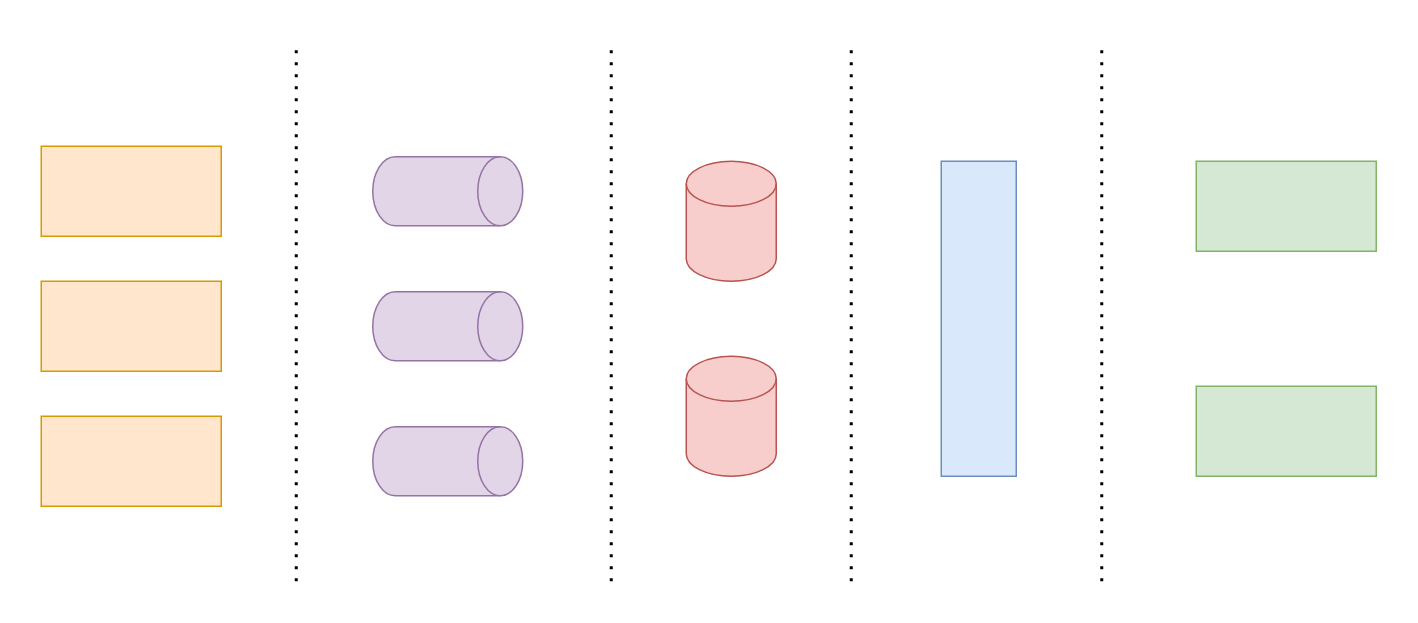
Before: log_platform.drawio in eric-caiyao/darw_io, a draw.io diagram. Source tidied: cells renumbered, new cells numbered last; positions are measured from the earlier drawing's top-left corner, leaving out a move shared by most shapes. Both pictures are drawn from the tidied source at 150%, with x=0, y=0 at pixel (40, 40).
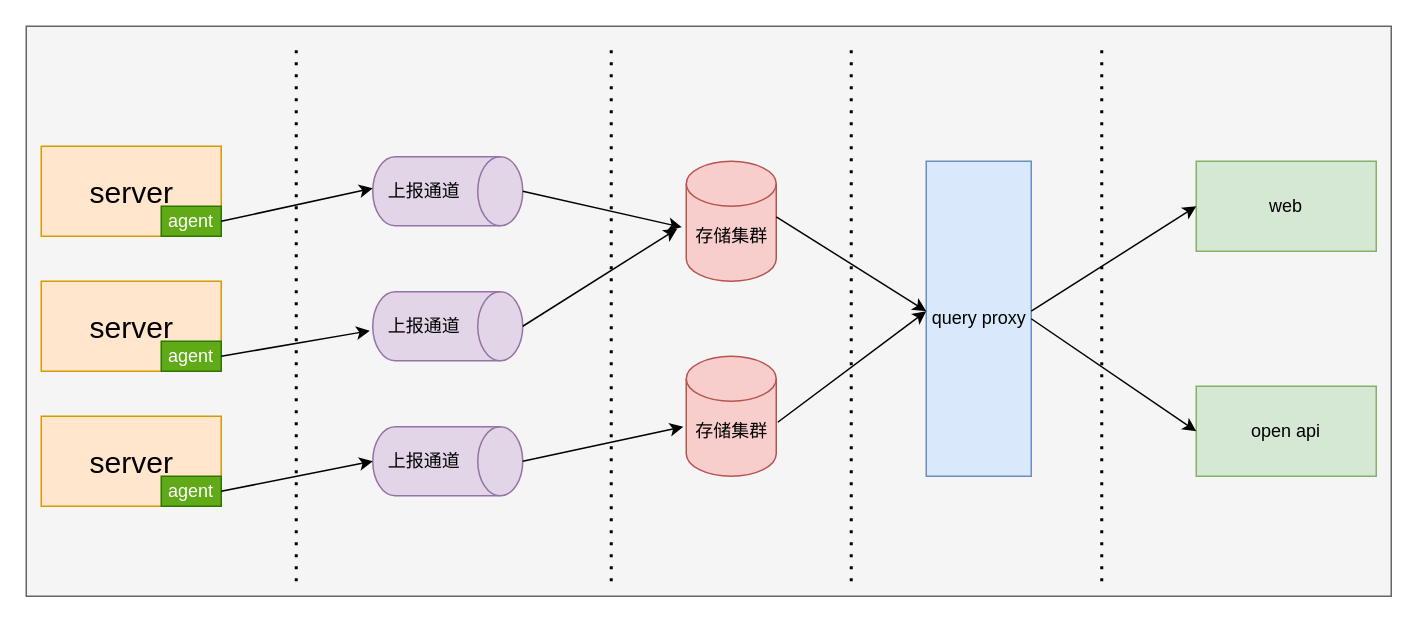
The same page after the edit.

The change refers to these unchanged cells:
```xml
<mxCell id="5" style="shape=cylinder3;whiteSpace=wrap;html=1;boundedLbl=1;backgroundOutline=1;size=15;rotation=90;fillColor=#e1d5e7;strokeColor=#9673a6;" parent="1" vertex="1">
  <mxGeometry x="248" y="50" width="46" height="100" as="geometry" />
</mxCell>
<mxCell id="6" style="shape=cylinder3;whiteSpace=wrap;html=1;boundedLbl=1;backgroundOutline=1;size=15;rotation=90;fillColor=#e1d5e7;strokeColor=#9673a6;" parent="1" vertex="1">
  <mxGeometry x="248" y="140" width="46" height="100" as="geometry" />
</mxCell>
<mxCell id="7" style="shape=cylinder3;whiteSpace=wrap;html=1;boundedLbl=1;backgroundOutline=1;size=15;rotation=90;fillColor=#e1d5e7;strokeColor=#9673a6;" parent="1" vertex="1">
  <mxGeometry x="248" y="230" width="46" height="100" as="geometry" />
</mxCell>
```

What changed in the source:
```diff
@@
+    <mxCell id="17" style="whiteSpace=wrap;html=1;fillColor=#f5f5f5;fontColor=#333333;strokeColor=#666666;" parent="1" vertex="1">
+      <mxGeometry x="-10" y="-10" width="910" height="380" as="geometry" />
+    </mxCell>
@@
     <mxCell id="10" style="whiteSpace=wrap;html=1;fillColor=#dae8fc;strokeColor=#6c8ebf;" parent="1" vertex="1">
-      <mxGeometry x="600" y="80" width="50" height="210" as="geometry" />
+      <mxGeometry x="590" y="80" width="70" height="210" as="geometry" />
     </mxCell>
-    <mxCell id="11" style="whiteSpace=wrap;html=1;fillColor=#d5e8d4;strokeColor=#82b366;" parent="1" vertex="1">
+    <mxCell id="11" value="web" style="whiteSpace=wrap;html=1;fillColor=#d5e8d4;strokeColor=#82b366;" parent="1" vertex="1">
       <mxGeometry x="770" y="80" width="120" height="60" as="geometry" />
     </mxCell>
-    <mxCell id="12" style="whiteSpace=wrap;html=1;fillColor=#d5e8d4;strokeColor=#82b366;" parent="1" vertex="1">
+    <mxCell id="12" value="open api" style="whiteSpace=wrap;html=1;fillColor=#d5e8d4;strokeColor=#82b366;" parent="1" vertex="1">
       <mxGeometry x="770" y="230" width="120" height="60" as="geometry" />
     </mxCell>
@@
+    <mxCell id="18" value="agent" style="whiteSpace=wrap;html=1;fillColor=#60a917;fontColor=#ffffff;strokeColor=#2D7600;" parent="1" vertex="1">
+      <mxGeometry x="80" y="110" width="40" height="20" as="geometry" />
+    </mxCell>
+    <mxCell id="19" value="&lt;font style=&quot;font-size: 20px;&quot;&gt;server&lt;/font&gt;" style="text;html=1;align=center;verticalAlign=middle;strokeColor=none;fillColor=none;" parent="1" vertex="1">
+      <mxGeometry x="20" y="80" width="80" height="40" as="geometry" />
+    </mxCell>
+    <mxCell id="20" value="agent" style="whiteSpace=wrap;html=1;fillColor=#60a917;fontColor=#ffffff;strokeColor=#2D7600;" parent="1" vertex="1">
+      <mxGeometry x="80" y="200" width="40" height="20" as="geometry" />
+    </mxCell>
+    <mxCell id="21" value="agent" style="whiteSpace=wrap;html=1;fillColor=#60a917;fontColor=#ffffff;strokeColor=#2D7600;" parent="1" vertex="1">
+      <mxGeometry x="80" y="290" width="40" height="20" as="geometry" />
+    </mxCell>
+    <mxCell id="22" value="&lt;font style=&quot;font-size: 20px;&quot;&gt;server&lt;/font&gt;" style="text;html=1;align=center;verticalAlign=middle;strokeColor=none;fillColor=none;" parent="1" vertex="1">
+      <mxGeometry x="20" y="170" width="80" height="40" as="geometry" />
+    </mxCell>
+    <mxCell id="23" value="&lt;font style=&quot;font-size: 20px;&quot;&gt;server&lt;/font&gt;" style="text;html=1;align=center;verticalAlign=middle;strokeColor=none;fillColor=none;" parent="1" vertex="1">
+      <mxGeometry x="20" y="260" width="80" height="40" as="geometry" />
+    </mxCell>
+    <mxCell id="24" value="上报通道" style="text;html=1;align=center;verticalAlign=middle;points=[];strokeColor=none;fillColor=none;" parent="1" vertex="1">
+      <mxGeometry x="220" y="85" width="70" height="30" as="geometry" />
+    </mxCell>
+    <mxCell id="25" value="上报通道" style="text;html=1;align=center;verticalAlign=middle;points=[];strokeColor=none;fillColor=none;" parent="1" vertex="1">
+      <mxGeometry x="220" y="175" width="70" height="30" as="geometry" />
+    </mxCell>
+    <mxCell id="26" value="上报通道" style="text;html=1;align=center;verticalAlign=middle;strokeColor=none;fillColor=none;" parent="1" vertex="1">
+      <mxGeometry x="220" y="265" width="70" height="30" as="geometry" />
+    </mxCell>
+    <mxCell id="27" value="存储集群" style="text;html=1;align=center;verticalAlign=middle;points=[];strokeColor=none;fillColor=none;" parent="1" vertex="1">
+      <mxGeometry x="425" y="115" width="70" height="30" as="geometry" />
+    </mxCell>
+    <mxCell id="28" value="存储集群" style="text;html=1;align=center;verticalAlign=middle;points=[];strokeColor=none;fillColor=none;" parent="1" vertex="1">
+      <mxGeometry x="425" y="245" width="70" height="30" as="geometry" />
+    </mxCell>
+    <mxCell id="29" value="query proxy" style="text;html=1;align=center;verticalAlign=middle;points=[];strokeColor=none;fillColor=none;" parent="1" vertex="1">
+      <mxGeometry x="580" y="170" width="90" height="30" as="geometry" />
+    </mxCell>
+    <mxCell id="30" style="endArrow=classic;html=1;rounded=0;entryX=0.111;entryY=0.333;entryDx=0;entryDy=0;entryPerimeter=0;exitX=0.929;exitY=0.067;exitDx=0;exitDy=0;exitPerimeter=0;" parent="1" edge="1" source="27" target="29">
+      <mxGeometry relative="1" as="geometry" />
+    </mxCell>
+    <mxCell id="31" style="endArrow=classic;html=1;rounded=0;exitX=0.943;exitY=0.3;exitDx=0;exitDy=0;exitPerimeter=0;" parent="1" edge="1" source="28">
+      <mxGeometry relative="1" as="geometry">
+        <mxPoint x="590" y="180" as="targetPoint" />
+      </mxGeometry>
+    </mxCell>
+    <mxCell id="32" style="endArrow=classic;html=1;rounded=0;entryX=0.014;entryY=0.433;entryDx=0;entryDy=0;entryPerimeter=0;exitX=1;exitY=0.5;exitDx=0;exitDy=0;" parent="1" edge="1" source="18" target="24">
+      <mxGeometry relative="1" as="geometry" />
+    </mxCell>
+    <mxCell id="33" style="endArrow=classic;html=1;rounded=0;entryX=-0.014;entryY=0.6;entryDx=0;entryDy=0;entryPerimeter=0;exitX=1;exitY=0.5;exitDx=0;exitDy=0;" parent="1" edge="1" source="20" target="25">
+      <mxGeometry relative="1" as="geometry" />
+    </mxCell>
+    <mxCell id="34" style="endArrow=classic;html=1;rounded=0;entryX=0.5;entryY=1;entryDx=0;entryDy=0;entryPerimeter=0;exitX=1;exitY=0.5;exitDx=0;exitDy=0;" parent="1" edge="1" source="21" target="7">
+      <mxGeometry relative="1" as="geometry" />
+    </mxCell>
+    <mxCell id="35" style="endArrow=classic;html=1;rounded=0;entryX=0.029;entryY=0.3;entryDx=0;entryDy=0;entryPerimeter=0;exitX=0.5;exitY=0;exitDx=0;exitDy=0;exitPerimeter=0;" parent="1" edge="1" source="5" target="27">
+      <mxGeometry relative="1" as="geometry" />
+    </mxCell>
+    <mxCell id="36" style="endArrow=classic;html=1;rounded=0;exitX=0.5;exitY=0;exitDx=0;exitDy=0;exitPerimeter=0;" parent="1" edge="1" source="6">
+      <mxGeometry relative="1" as="geometry">
+        <mxPoint x="424" y="125" as="targetPoint" />
+      </mxGeometry>
+    </mxCell>
+    <mxCell id="37" style="endArrow=classic;html=1;rounded=0;entryX=0.043;entryY=0.4;entryDx=0;entryDy=0;entryPerimeter=0;exitX=0.5;exitY=0;exitDx=0;exitDy=0;exitPerimeter=0;" parent="1" edge="1" source="7" target="28">
+      <mxGeometry relative="1" as="geometry" />
+    </mxCell>
+    <mxCell id="38" style="endArrow=classic;html=1;rounded=0;entryX=0;entryY=0.5;entryDx=0;entryDy=0;exitX=0.889;exitY=0.333;exitDx=0;exitDy=0;exitPerimeter=0;" parent="1" edge="1" source="29" target="11">
+      <mxGeometry relative="1" as="geometry" />
+    </mxCell>
+    <mxCell id="39" style="endArrow=classic;html=1;rounded=0;entryX=0;entryY=0.5;entryDx=0;entryDy=0;exitX=1;exitY=0.5;exitDx=0;exitDy=0;" parent="1" edge="1" source="10" target="12">
+      <mxGeometry relative="1" as="geometry" />
+    </mxCell>
```
